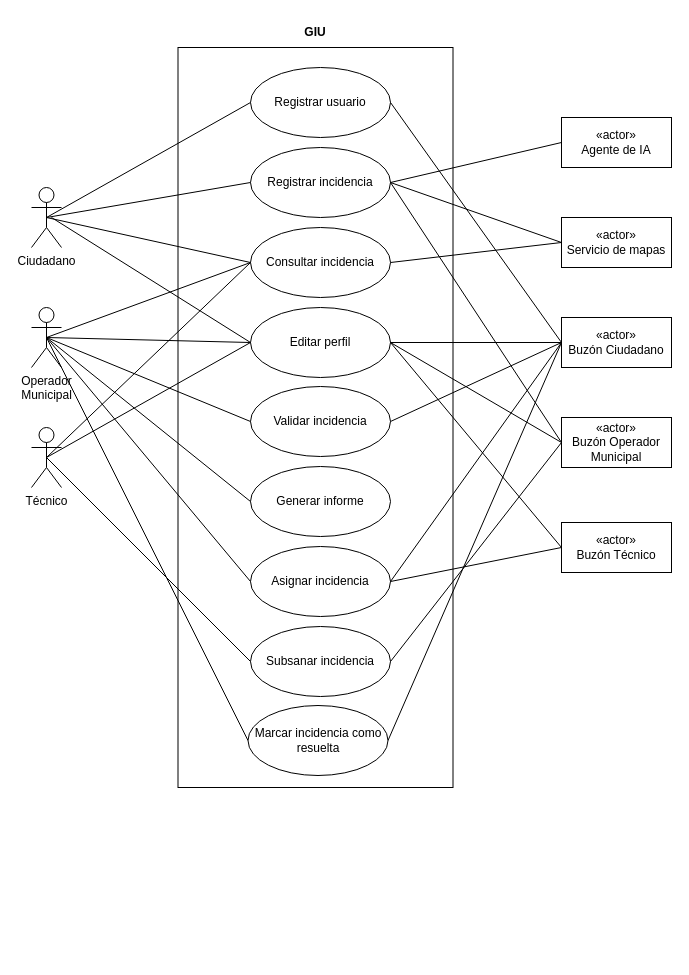
Before: Diagrams/Diagrama_de_casos_de_uso_v4.drawio in javimoralesg/UrbanDesk, a draw.io diagram. Source tidied: cells renumbered, new cells numbered last; positions are measured from the earlier drawing's top-left corner, leaving out a move shared by most shapes. Both pictures are drawn from the tidied source at 100%, with x=0, y=0 at pixel (31, 17).
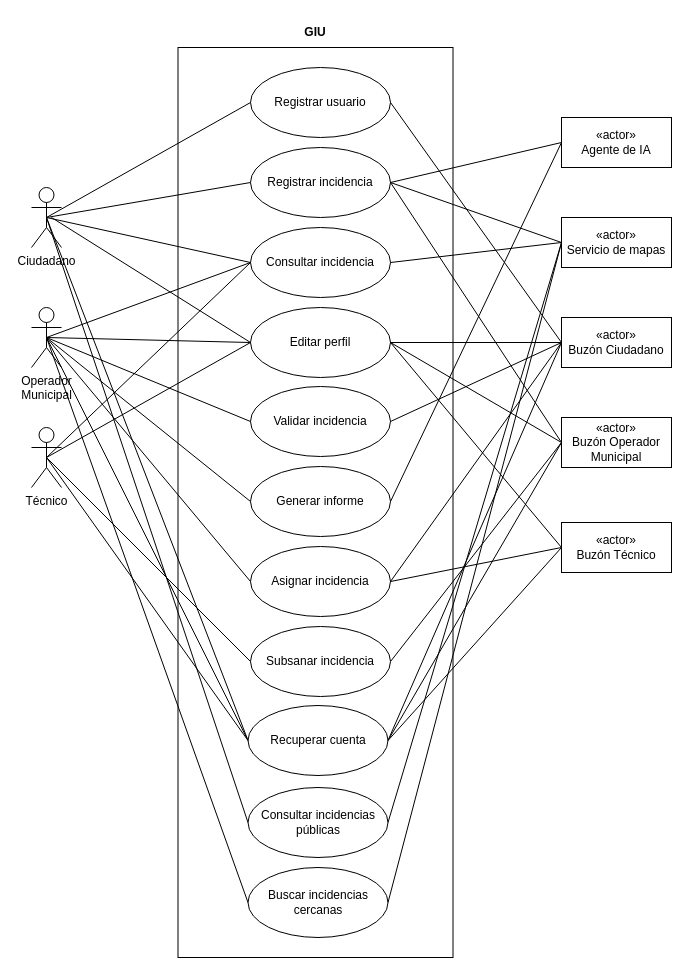
Above is the later version.

Commit message:
update use case diagram with new elements and adjust dimensions

Unchanged cells that the change refers to:
```xml
<mxCell id="3" value="Ciudadano" style="shape=umlActor;verticalLabelPosition=bottom;verticalAlign=top;html=1;" parent="1" vertex="1">
  <mxGeometry y="170" width="30" height="60" as="geometry" />
</mxCell>
<mxCell id="4" value="Operador&lt;div&gt;Municipal&lt;/div&gt;" style="shape=umlActor;verticalLabelPosition=bottom;verticalAlign=top;html=1;" parent="1" vertex="1">
  <mxGeometry y="290" width="30" height="60" as="geometry" />
</mxCell>
<mxCell id="5" value="Técnico" style="shape=umlActor;verticalLabelPosition=bottom;verticalAlign=top;html=1;" parent="1" vertex="1">
  <mxGeometry y="410" width="30" height="60" as="geometry" />
</mxCell>
<mxCell id="7" value="«actor»&lt;br&gt;Buzón Operador Municipal" style="html=1;whiteSpace=wrap;" parent="1" vertex="1">
  <mxGeometry x="530" y="400" width="110" height="50" as="geometry" />
</mxCell>
<mxCell id="8" value="«actor»&lt;br&gt;Buzón Técnico" style="html=1;whiteSpace=wrap;" parent="1" vertex="1">
  <mxGeometry x="530" y="505" width="110" height="50" as="geometry" />
</mxCell>
<mxCell id="14" value="Generar informe" style="ellipse;whiteSpace=wrap;html=1;" parent="1" vertex="1">
  <mxGeometry x="219" y="449" width="140" height="70" as="geometry" />
</mxCell>
<mxCell id="31" value="«actor»&lt;br&gt;Agente de IA" style="html=1;whiteSpace=wrap;" parent="1" vertex="1">
  <mxGeometry x="530" y="100" width="110" height="50" as="geometry" />
</mxCell>
<mxCell id="32" value="«actor»&lt;br&gt;Servicio de mapas" style="html=1;whiteSpace=wrap;" parent="1" vertex="1">
  <mxGeometry x="530" y="200" width="110" height="50" as="geometry" />
</mxCell>
```

Change to the diagram source:
```diff
@@
     <mxCell id="2" style="rounded=0;whiteSpace=wrap;html=1;" parent="1" vertex="1">
-      <mxGeometry x="146.5" y="30" width="275" height="740" as="geometry" />
+      <mxGeometry x="146.5" y="30" width="275" height="910" as="geometry" />
     </mxCell>
@@
-    <mxCell id="37" value="Marcar incidencia como resuelta" style="ellipse;whiteSpace=wrap;html=1;" parent="1" vertex="1">
+    <mxCell id="37" value="Recuperar cuenta" style="ellipse;whiteSpace=wrap;html=1;" parent="1" vertex="1">
       <mxGeometry x="216.5" y="688" width="140" height="70" as="geometry" />
     </mxCell>
@@
+    <mxCell id="47" style="endArrow=none;html=1;rounded=0;exitX=1;exitY=0.5;exitDx=0;exitDy=0;entryX=0;entryY=0.5;entryDx=0;entryDy=0;" parent="1" edge="1" source="14" target="31">
+      <mxGeometry relative="1" as="geometry" />
+    </mxCell>
+    <mxCell id="48" value="Consultar incidencias públicas" style="ellipse;whiteSpace=wrap;html=1;" parent="1" vertex="1">
+      <mxGeometry x="216.5" y="770" width="140" height="70" as="geometry" />
+    </mxCell>
+    <mxCell id="49" style="endArrow=none;html=1;rounded=0;exitX=0.5;exitY=0.5;exitDx=0;exitDy=0;entryX=0;entryY=0.5;entryDx=0;entryDy=0;exitPerimeter=0;" parent="1" edge="1" source="3" target="37">
+      <mxGeometry relative="1" as="geometry" />
+    </mxCell>
+    <mxCell id="50" style="endArrow=none;html=1;rounded=0;exitX=0.5;exitY=0.5;exitDx=0;exitDy=0;exitPerimeter=0;entryX=0;entryY=0.5;entryDx=0;entryDy=0;" parent="1" edge="1" source="5" target="37">
+      <mxGeometry relative="1" as="geometry" />
+    </mxCell>
+    <mxCell id="51" style="endArrow=none;html=1;rounded=0;exitX=1;exitY=0.5;exitDx=0;exitDy=0;entryX=0;entryY=0.5;entryDx=0;entryDy=0;" parent="1" edge="1" source="37" target="7">
+      <mxGeometry relative="1" as="geometry" />
+    </mxCell>
+    <mxCell id="52" style="endArrow=none;html=1;rounded=0;exitX=1;exitY=0.5;exitDx=0;exitDy=0;entryX=0;entryY=0.5;entryDx=0;entryDy=0;" parent="1" edge="1" source="37" target="8">
+      <mxGeometry relative="1" as="geometry" />
+    </mxCell>
+    <mxCell id="53" style="endArrow=none;html=1;rounded=0;entryX=0.5;entryY=0.5;entryDx=0;entryDy=0;entryPerimeter=0;exitX=0;exitY=0.5;exitDx=0;exitDy=0;" parent="1" edge="1" source="48" target="3">
+      <mxGeometry relative="1" as="geometry" />
+    </mxCell>
+    <mxCell id="54" style="endArrow=none;html=1;rounded=0;exitX=1;exitY=0.5;exitDx=0;exitDy=0;entryX=0;entryY=0.5;entryDx=0;entryDy=0;" parent="1" edge="1" source="48" target="32">
+      <mxGeometry relative="1" as="geometry" />
+    </mxCell>
+    <mxCell id="55" value="Buscar incidencias cercanas" style="ellipse;whiteSpace=wrap;html=1;" parent="1" vertex="1">
+      <mxGeometry x="216.5" y="850" width="140" height="70" as="geometry" />
+    </mxCell>
+    <mxCell id="56" style="endArrow=none;html=1;rounded=0;exitX=0.5;exitY=0.5;exitDx=0;exitDy=0;exitPerimeter=0;entryX=0;entryY=0.5;entryDx=0;entryDy=0;" parent="1" edge="1" source="4" target="55">
+      <mxGeometry relative="1" as="geometry" />
+    </mxCell>
+    <mxCell id="57" style="endArrow=none;html=1;rounded=0;exitX=1;exitY=0.5;exitDx=0;exitDy=0;entryX=0;entryY=0.5;entryDx=0;entryDy=0;" parent="1" edge="1" source="55" target="32">
+      <mxGeometry relative="1" as="geometry" />
+    </mxCell>
```
